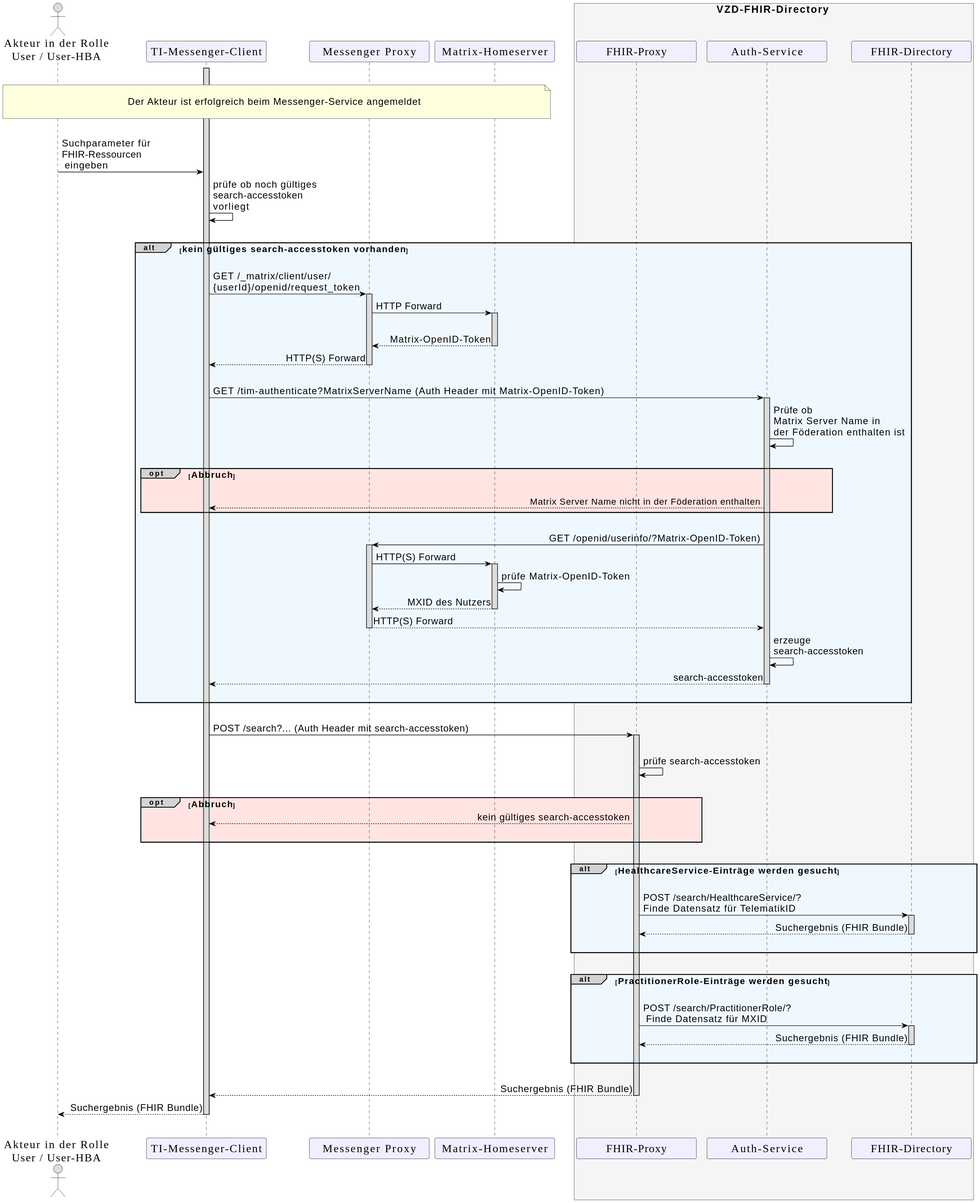
This is images/diagrams/TI-Messenger-Dienst/Ressourcen/UC_Directory_search_Seq.svg from gematik/api-ti-messenger, a PlantUML export, as it was before one commit. The source it was exported from:
```plantuml
@startuml
skinparam sequenceMessageAlign direction
skinparam minClassWidth 200
skinparam BoxPadding 1
skinparam sequenceReferenceHeaderBackgroundColor palegreen
scale max 2048 width

skinparam sequence {
ArrowColor black
ArrowFontSize 17
ActorBorderColor black
LifeLineBorderColor black
LifeLineBackgroundColor Gainsboro

ParticipantBorderColor Motivation
ParticipantBackgroundColor Motivation
ParticipantFontName Impact
ParticipantFontSize 20
ParticipantFontColor black
ParticipantBorderColor Black
ParticipantBackgroundColor MOTIVATION

ActorBackgroundColor Gainsboro
ActorFontColor black
ActorFontSize 20
ActorFontName Aapex
}
    actor U as "Akteur in der Rolle\nUser / User-HBA"
    participant cl as "TI-Messenger-Client"
    participant mp as "Messenger Proxy"
    participant hs as "Matrix-Homeserver"
    box <size:18>VZD-FHIR-Directory</size> #WhiteSmoke
      participant fp as "FHIR-Proxy"
      participant au as "Auth-Service"
      participant fd as "FHIR-Directory"
    end box

|||
note over U, hs: \n<size:17>Der Akteur ist erfolgreich beim Messenger-Service angemeldet</size>\n
|||

      activate cl
    U->cl:Suchparameter für \nFHIR-Ressourcen \n eingeben
    cl->cl: prüfe ob noch gültiges \nsearch-accesstoken\nvorliegt

|||
alt#LightGrey #AliceBlue <size:16>kein gültiges search-accesstoken vorhanden</size>
|||


    cl->mp: GET /_matrix/client/user/\n{userId}/openid/request_token
      activate mp
    mp->hs: HTTP Forward

      activate hs
    |||
    hs-->mp: Matrix-OpenID-Token
      deactivate hs
    mp-->cl: HTTP(S) Forward
      deactivate mp

    |||
    cl->au: GET /tim-authenticate?MatrixServerName (Auth Header mit Matrix-OpenID-Token)
      activate au
    au->au: Prüfe ob \nMatrix Server Name in \nder Föderation enthalten ist

|||
opt#LightGrey #MistyRose <size:16>Abbruch</size>
|||
    au-->cl: <size:16>Matrix Server Name nicht in der Föderation enthalten</size>
end

|||
        au->mp: GET /openid/userinfo/?Matrix-OpenID-Token)
          activate mp
        mp->hs: HTTP(S) Forward
          activate hs
        hs->hs: prüfe Matrix-OpenID-Token
        hs-->mp: MXID des Nutzers
          deactivate hs
        mp-->au: HTTP(S) Forward
          deactivate mp
        au->au: erzeuge \nsearch-accesstoken
        au-->cl: search-accesstoken
          deactivate au
          deactivate fp
|||
end


    |||
    cl->fp: POST /search?... (Auth Header mit search-accesstoken)
    |||
      activate fp
    fp->fp: prüfe search-accesstoken
    |||
    opt#LightGrey #MistyRose <size:16>Abbruch</size>
      fp-->cl: kein gültiges search-accesstoken
    |||
    end

|||
alt#LightGrey #AliceBlue <size:16>HealthcareService-Einträge werden gesucht</size>
|||
    fp->fd: POST /search/HealthcareService/? \nFinde Datensatz für TelematikID
      activate fd
    fd-->fp: Suchergebnis (FHIR Bundle)
      deactivate fd
|||
end

|||
alt#LightGrey #AliceBlue <size:16>PractitionerRole-Einträge werden gesucht</size>
|||
    fp->fd: POST /search/PractitionerRole/? \n Finde Datensatz für MXID
      activate fd
    fd-->fp: Suchergebnis (FHIR Bundle)
      deactivate fd
|||
end
|||

  fp-->cl: Suchergebnis (FHIR Bundle)
  deactivate fp
  cl-->U: Suchergebnis (FHIR Bundle)
   |||

    deactivate cl

@enduml
```
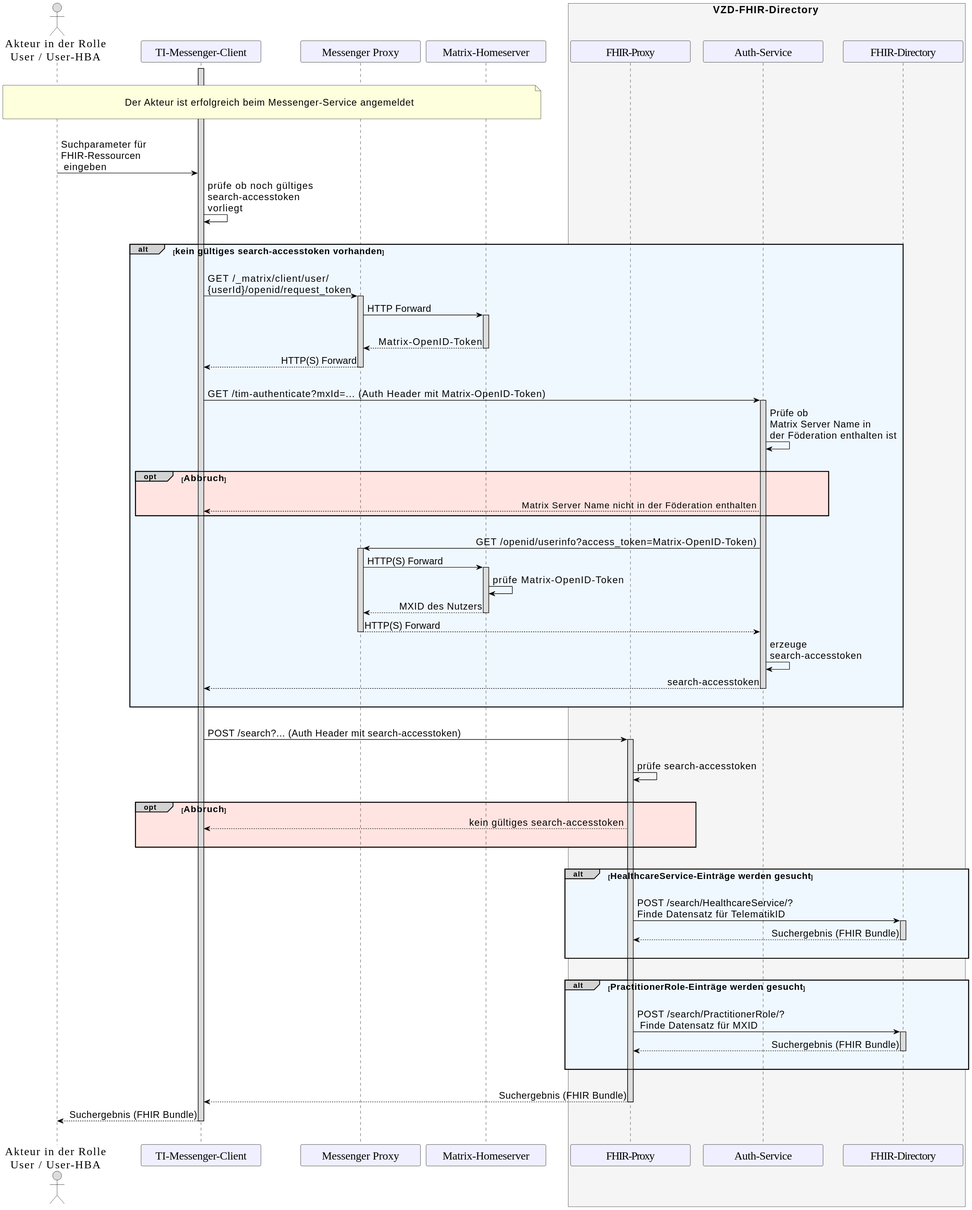
After the commit.

Diff of the diagram source:
```diff
@@ -60,7 +60,7 @@
       deactivate mp
 
     |||
-    cl->au: GET /tim-authenticate?MatrixServerName (Auth Header mit Matrix-OpenID-Token)
+    cl->au: GET /tim-authenticate?mxId=... (Auth Header mit Matrix-OpenID-Token)
       activate au
     au->au: Prüfe ob \nMatrix Server Name in \nder Föderation enthalten ist
 
@@ -71,7 +71,7 @@
 end
 
 |||
-        au->mp: GET /openid/userinfo/?Matrix-OpenID-Token)
+        au->mp: GET /openid/userinfo?access_token=Matrix-OpenID-Token)
           activate mp
         mp->hs: HTTP(S) Forward
           activate hs
```
